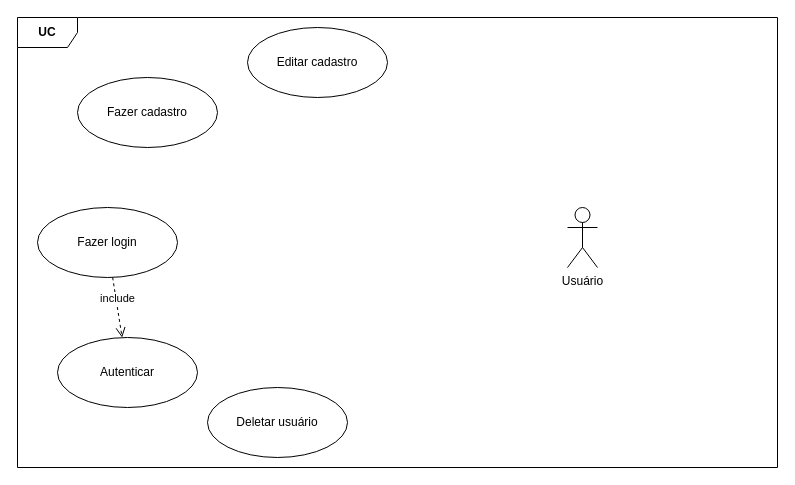
This is projetousecase.drawio from kaiohenricunha/UML, a draw.io file, before an edit. Source tidied: cells renumbered, new cells numbered last; positions are measured from the earlier drawing's top-left corner, leaving out a move shared by most shapes. Both pictures are drawn from the tidied source at 100%, with x=0, y=0 at pixel (17, 17).
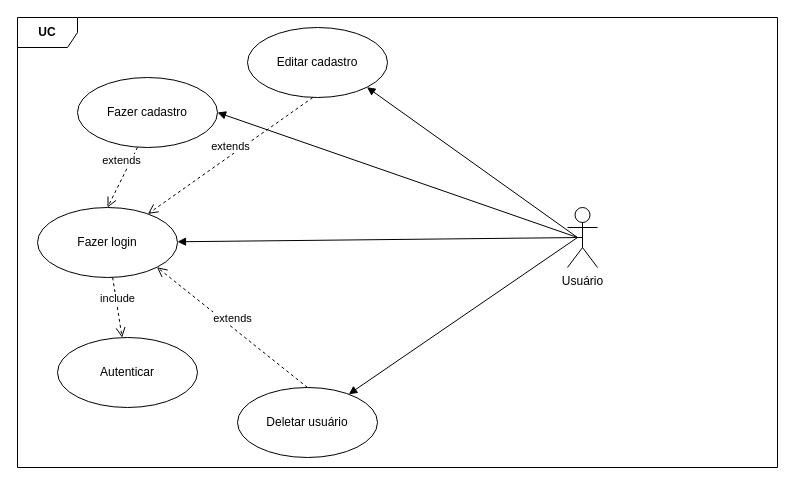
After the change.

The change refers to these unchanged cells:
```xml
<mxCell id="3" value="Usuário" style="shape=umlActor;verticalLabelPosition=bottom;verticalAlign=top;html=1;" parent="1" vertex="1">
  <mxGeometry x="550" y="190" width="30" height="60" as="geometry" />
</mxCell>
<mxCell id="4" value="Editar cadastro" style="ellipse;whiteSpace=wrap;html=1;" parent="1" vertex="1">
  <mxGeometry x="230" y="10" width="140" height="70" as="geometry" />
</mxCell>
<mxCell id="5" value="Fazer cadastro" style="ellipse;whiteSpace=wrap;html=1;" parent="1" vertex="1">
  <mxGeometry x="60" y="60" width="140" height="70" as="geometry" />
</mxCell>
<mxCell id="7" value="Fazer login" style="ellipse;whiteSpace=wrap;html=1;" parent="1" vertex="1">
  <mxGeometry x="20" y="190" width="140" height="70" as="geometry" />
</mxCell>
```

Diff of the diagram source:
```diff
@@
     <mxCell id="6" value="Deletar usuário" style="ellipse;whiteSpace=wrap;html=1;" parent="1" vertex="1">
-      <mxGeometry x="190" y="370" width="140" height="70" as="geometry" />
+      <mxGeometry x="220" y="370" width="140" height="70" as="geometry" />
     </mxCell>
@@
+    <mxCell id="10" value="extends" style="html=1;verticalAlign=bottom;endArrow=open;dashed=1;endSize=8;entryX=0.5;entryY=0;entryDx=0;entryDy=0;" parent="1" edge="1" target="7">
+      <mxGeometry x="-0.19" y="-4" relative="1" as="geometry">
+        <mxPoint x="120" y="129.8" as="sourcePoint" />
+      </mxGeometry>
+    </mxCell>
+    <mxCell id="11" value="extends" style="html=1;verticalAlign=bottom;endArrow=open;dashed=1;endSize=8;" parent="1" edge="1" target="7">
+      <mxGeometry relative="1" as="geometry">
+        <mxPoint x="295.3" y="80" as="sourcePoint" />
+      </mxGeometry>
+    </mxCell>
+    <mxCell id="12" value="extends" style="html=1;verticalAlign=bottom;endArrow=open;dashed=1;endSize=8;entryX=1;entryY=1;entryDx=0;entryDy=0;exitX=0.5;exitY=0;exitDx=0;exitDy=0;" parent="1" edge="1" source="6" target="7">
+      <mxGeometry relative="1" as="geometry" />
+    </mxCell>
+    <mxCell id="13" style="html=1;verticalAlign=bottom;endArrow=block;exitX=0.5;exitY=0.5;exitDx=0;exitDy=0;exitPerimeter=0;" parent="1" edge="1" source="3" target="7">
+      <mxGeometry relative="1" as="geometry" />
+    </mxCell>
+    <mxCell id="14" style="html=1;verticalAlign=bottom;endArrow=block;entryX=1;entryY=1;entryDx=0;entryDy=0;" parent="1" edge="1" target="4">
+      <mxGeometry relative="1" as="geometry">
+        <mxPoint x="560" y="220" as="sourcePoint" />
+      </mxGeometry>
+    </mxCell>
+    <mxCell id="15" style="html=1;verticalAlign=bottom;endArrow=block;entryX=1;entryY=0.5;entryDx=0;entryDy=0;" parent="1" edge="1" target="5">
+      <mxGeometry relative="1" as="geometry">
+        <mxPoint x="560" y="220" as="sourcePoint" />
+      </mxGeometry>
+    </mxCell>
+    <mxCell id="16" style="html=1;verticalAlign=bottom;endArrow=block;" parent="1" edge="1" target="6">
+      <mxGeometry relative="1" as="geometry">
+        <mxPoint x="560" y="220" as="sourcePoint" />
+      </mxGeometry>
+    </mxCell>
```
